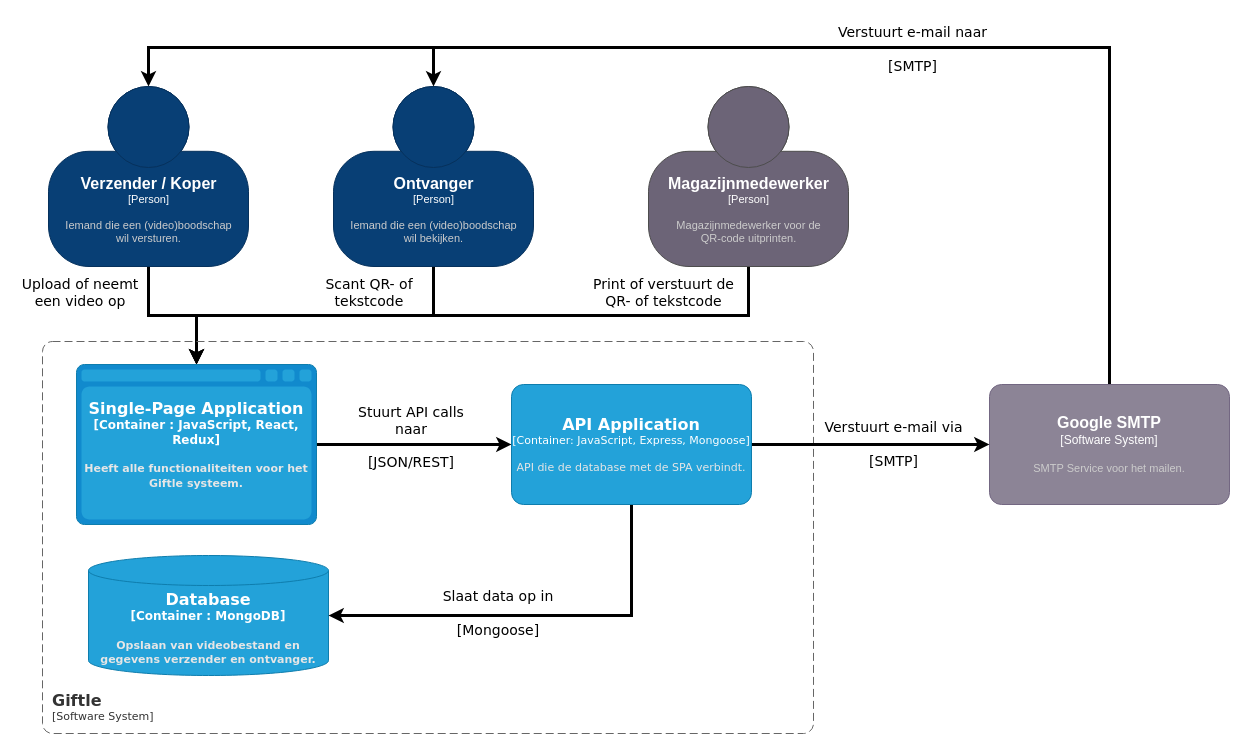
Above: koeskoes/3.Sprint2/Documentatie/Software Guidebook/assets/software_architecture/container_diagram.drawio in HANICA-DWA/sep2021-project-koeskoes (draw.io), before the change. Source tidied: cells renumbered, new cells numbered last; positions are measured from the earlier drawing's top-left corner, leaving out a move shared by most shapes. Both pictures are drawn from the tidied source at 100%, with x=0, y=0 at pixel (17, 17).
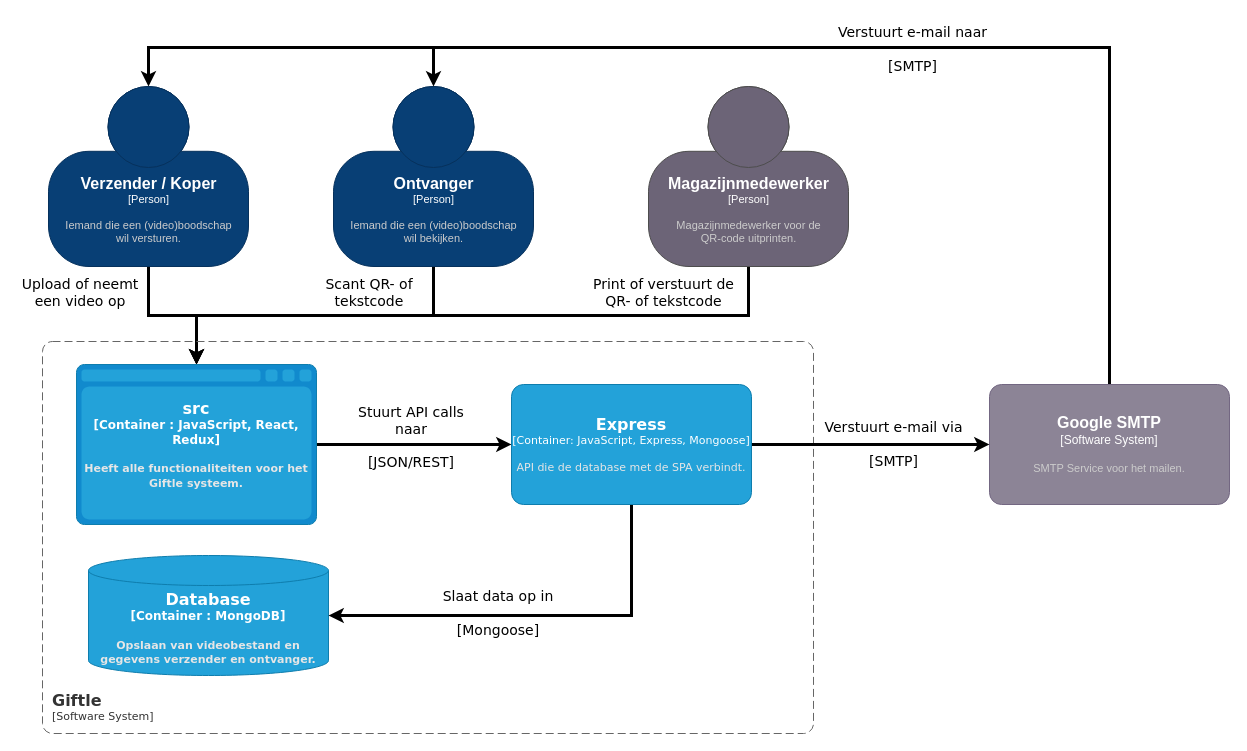
The same page after the edit.

Change to the diagram source:
```diff
@@
-    <object id="13" label="&lt;font style=&quot;font-size: 16px&quot;&gt;&lt;b&gt;%c4Type%&lt;/font&gt;&lt;div&gt;[%c4Container%:&amp;nbsp;%c4Technology%]&lt;/div&gt;&lt;br&gt;&lt;div&gt;&lt;font style=&quot;font-size: 11px&quot;&gt;&lt;font color=&quot;#E6E6E6&quot;&gt;%c4Description%&lt;/font&gt;&lt;/div&gt;" c4Container="Container " c4Description="Heeft alle functionaliteiten voor het Giftle systeem." c4Technology="JavaScript, React, Redux" c4Type="Single-Page Application" placeholders="1">
+    <object id="13" label="&lt;font style=&quot;font-size: 16px&quot;&gt;&lt;b&gt;%c4Type%&lt;/font&gt;&lt;div&gt;[%c4Container%:&amp;nbsp;%c4Technology%]&lt;/div&gt;&lt;br&gt;&lt;div&gt;&lt;font style=&quot;font-size: 11px&quot;&gt;&lt;font color=&quot;#E6E6E6&quot;&gt;%c4Description%&lt;/font&gt;&lt;/div&gt;" c4Container="Container " c4Description="Heeft alle functionaliteiten voor het Giftle systeem." c4Technology="JavaScript, React, Redux" c4Type="src" placeholders="1">
       <mxCell style="shape=mxgraph.c4.webBrowserContainer;whiteSpace=wrap;html=1;boundedLbl=1;rounded=0;labelBackgroundColor=none;fillColor=#118ACD;fontSize=12;fontColor=#ffffff;align=center;strokeColor=#0E7DAD;points=[[0.5,0,0],[1,0.25,0],[1,0.5,0],[1,0.75,0],[0.5,1,0],[0,0.75,0],[0,0.5,0],[0,0.25,0]];fontFamily=Verdana;" parent="1" vertex="1">
         <mxGeometry x="59" y="347" width="240" height="160" as="geometry" />
       </mxCell>
     </object>
@@
-    <object id="17" label="&lt;font style=&quot;font-size: 16px&quot;&gt;&lt;b&gt;%c4Name%&lt;/b&gt;&lt;/font&gt;&lt;div&gt;[%c4Type%: %c4Technology%]&lt;/div&gt;&lt;br&gt;&lt;div&gt;&lt;font style=&quot;font-size: 11px&quot;&gt;&lt;font color=&quot;#E6E6E6&quot;&gt;%c4Description%&lt;/font&gt;&lt;/div&gt;" c4Description="API die de database met de SPA verbindt." c4Name="API Application" c4Technology="JavaScript, Express, Mongoose" c4Type="Container" placeholders="1">
+    <object id="17" label="&lt;font style=&quot;font-size: 16px&quot;&gt;&lt;b&gt;%c4Name%&lt;/b&gt;&lt;/font&gt;&lt;div&gt;[%c4Type%: %c4Technology%]&lt;/div&gt;&lt;br&gt;&lt;div&gt;&lt;font style=&quot;font-size: 11px&quot;&gt;&lt;font color=&quot;#E6E6E6&quot;&gt;%c4Description%&lt;/font&gt;&lt;/div&gt;" c4Description="API die de database met de SPA verbindt." c4Name="Express" c4Technology="JavaScript, Express, Mongoose" c4Type="Container" placeholders="1">
       <mxCell style="rounded=1;whiteSpace=wrap;html=1;fontSize=11;labelBackgroundColor=none;fillColor=#23A2D9;fontColor=#ffffff;align=center;arcSize=10;strokeColor=#0E7DAD;points=[[0.25,0,0],[0.5,0,0],[0.75,0,0],[1,0.25,0],[1,0.5,0],[1,0.75,0],[0.75,1,0],[0.5,1,0],[0.25,1,0],[0,0.75,0],[0,0.5,0],[0,0.25,0]];fontFamily=Verdana;" parent="1" vertex="1">
         <mxGeometry x="494" y="367" width="240" height="120" as="geometry" />
       </mxCell>
     </object>
```
